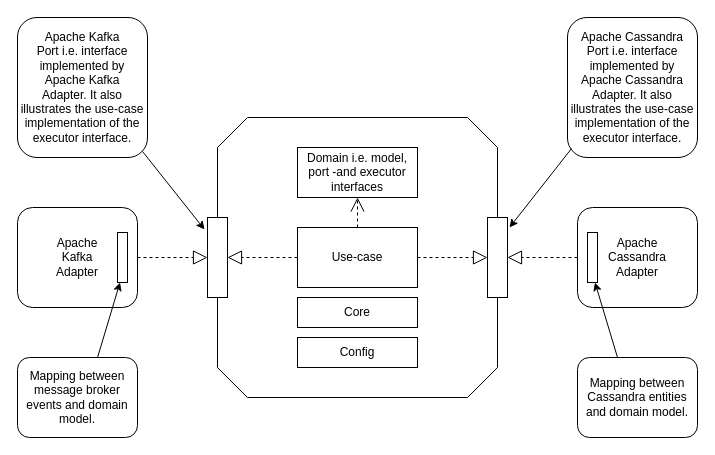
Before: etc/doc/images/port-adapter.drawio in ngnie/small-tool-formatter, a draw.io diagram. Source tidied: cells renumbered, new cells numbered last; positions are measured from the earlier drawing's top-left corner, leaving out a move shared by most shapes. Both pictures are drawn from the tidied source at 100%, with x=0, y=0 at pixel (17, 17).
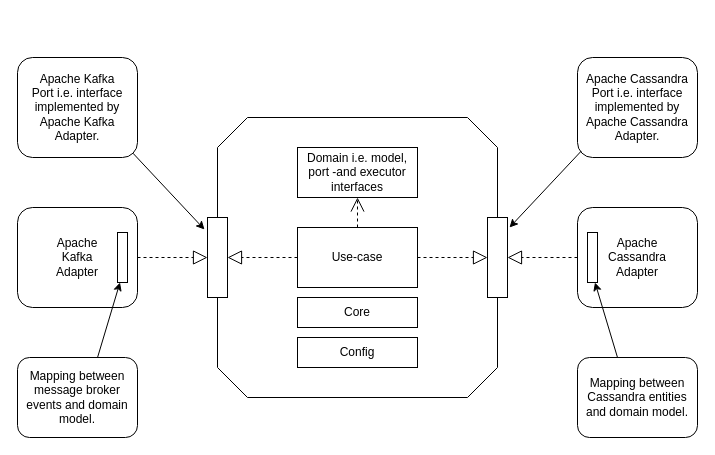
The same page after the edit.

The edit, as a diff of the source:
```diff
@@
-    <mxCell id="14" value="Apache Kafka&lt;div&gt;Port i.e. interface&lt;/div&gt;&lt;div&gt;implemented by&lt;/div&gt;&lt;div&gt;Apache Kafka&lt;/div&gt;&lt;div&gt;Adapter.&amp;nbsp;&lt;span style=&quot;background-color: transparent; color: light-dark(rgb(0, 0, 0), rgb(255, 255, 255));&quot;&gt;It also illustrates the use-case implementation of the executor interface.&lt;/span&gt;&lt;/div&gt;" style="rounded=1;whiteSpace=wrap;html=1;" parent="1" vertex="1">
-      <mxGeometry width="130" height="140" as="geometry" />
+    <mxCell id="14" value="Apache Kafka&lt;div&gt;Port i.e. interface&lt;/div&gt;&lt;div&gt;implemented by&lt;/div&gt;&lt;div&gt;Apache Kafka&lt;/div&gt;&lt;div&gt;Adapter.&lt;/div&gt;" style="rounded=1;whiteSpace=wrap;html=1;" parent="1" vertex="1">
+      <mxGeometry y="40" width="120" height="100" as="geometry" />
     </mxCell>
-    <mxCell id="15" value="Apache Cassandra&lt;div&gt;Port i.e. interface&lt;/div&gt;&lt;div&gt;implemented by&lt;/div&gt;&lt;div&gt;Apache&amp;nbsp;&lt;span style=&quot;background-color: transparent; color: light-dark(rgb(0, 0, 0), rgb(255, 255, 255));&quot;&gt;Cassandra&lt;/span&gt;&lt;/div&gt;&lt;div&gt;Adapter.&amp;nbsp;&lt;span style=&quot;background-color: transparent; color: light-dark(rgb(0, 0, 0), rgb(255, 255, 255));&quot;&gt;It also illustrates the use-case implementation of the executor interface.&lt;/span&gt;&lt;/div&gt;" style="rounded=1;whiteSpace=wrap;html=1;" parent="1" vertex="1">
-      <mxGeometry x="550" width="130" height="140" as="geometry" />
+    <mxCell id="15" value="Apache Cassandra&lt;div&gt;Port i.e. interface&lt;/div&gt;&lt;div&gt;implemented by&lt;/div&gt;&lt;div&gt;Apache&amp;nbsp;&lt;span style=&quot;background-color: transparent; color: light-dark(rgb(0, 0, 0), rgb(255, 255, 255));&quot;&gt;Cassandra&lt;/span&gt;&lt;/div&gt;&lt;div&gt;Adapter.&lt;/div&gt;" style="rounded=1;whiteSpace=wrap;html=1;" parent="1" vertex="1">
+      <mxGeometry x="560" y="40" width="120" height="100" as="geometry" />
     </mxCell>
```
